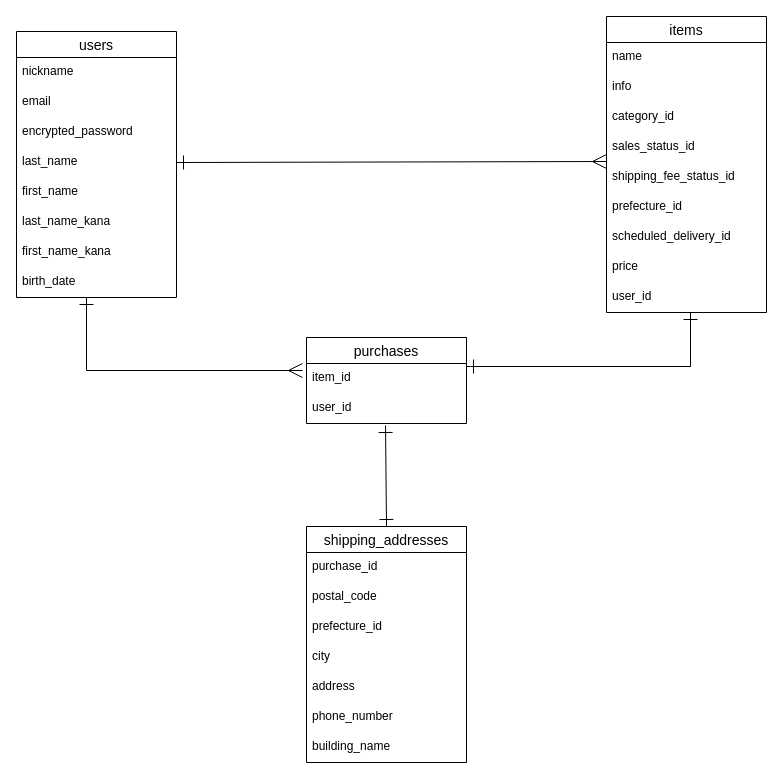
This is db_blueprint.dio from Yo-Kaminagi0913/furima-41676, a draw.io file, before an edit. Source tidied: cells renumbered, new cells numbered last; positions are measured from the earlier drawing's top-left corner, leaving out a move shared by most shapes. Both pictures are drawn from the tidied source at 100%, with x=0, y=0 at pixel (16, 16).
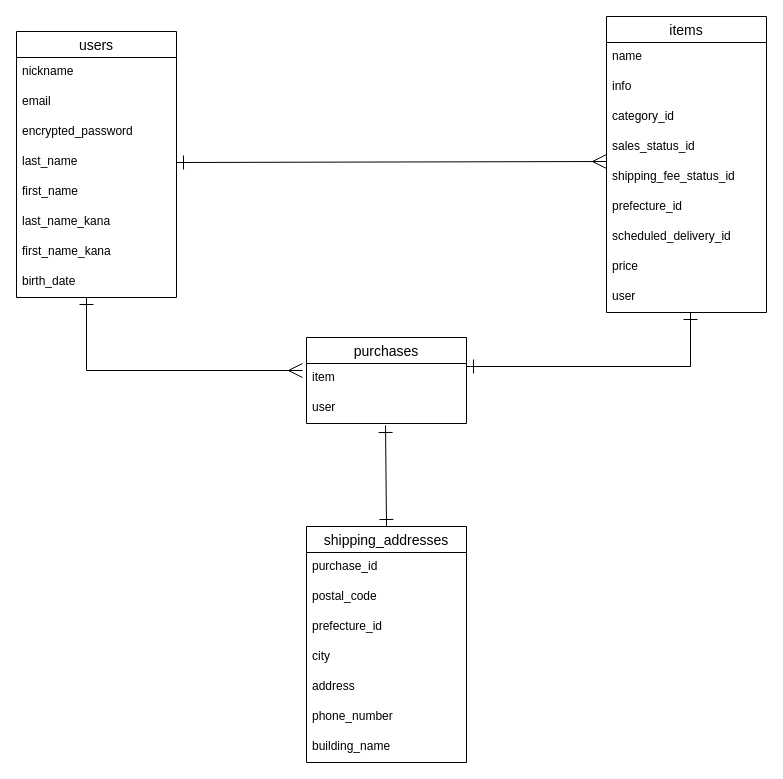
After the change.

Commit message (it also covers changes not shown here):
DB設計の修正

Unchanged cells that the change refers to:
```xml
<mxCell id="11" value="items" style="swimlane;fontStyle=0;horizontal=1;startSize=26;align=center;fontSize=14;" parent="1" vertex="1">
  <mxGeometry x="590" width="160" height="296" as="geometry" />
</mxCell>
<mxCell id="21" value="purchases" style="swimlane;fontStyle=0;horizontal=1;startSize=26;align=center;fontSize=14;" parent="1" vertex="1">
  <mxGeometry x="290" y="321" width="160" height="86" as="geometry" />
</mxCell>
```

Change to the diagram source:
```diff
@@
-    <mxCell id="20" value="user_id" style="text;strokeColor=none;fillColor=none;spacingLeft=4;spacingRight=4;overflow=hidden;fontSize=12;" parent="11" vertex="1">
+    <mxCell id="20" value="user" style="text;strokeColor=none;fillColor=none;spacingLeft=4;spacingRight=4;overflow=hidden;fontSize=12;" parent="11" vertex="1">
       <mxGeometry y="266" width="160" height="30" as="geometry" />
     </mxCell>
@@
-    <mxCell id="22" value="item_id" style="text;strokeColor=none;fillColor=none;spacingLeft=4;spacingRight=4;overflow=hidden;points=[[0,0.5],[1,0.5]];portConstraint=eastwest;fontSize=12;" parent="21" vertex="1">
+    <mxCell id="22" value="item" style="text;strokeColor=none;fillColor=none;spacingLeft=4;spacingRight=4;overflow=hidden;points=[[0,0.5],[1,0.5]];portConstraint=eastwest;fontSize=12;" parent="21" vertex="1">
       <mxGeometry y="26" width="160" height="30" as="geometry" />
     </mxCell>
-    <mxCell id="23" value="user_id" style="text;strokeColor=none;fillColor=none;spacingLeft=4;spacingRight=4;overflow=hidden;points=[[0,0.5],[1,0.5]];portConstraint=eastwest;fontSize=12;" parent="21" vertex="1">
+    <mxCell id="23" value="user" style="text;strokeColor=none;fillColor=none;spacingLeft=4;spacingRight=4;overflow=hidden;points=[[0,0.5],[1,0.5]];portConstraint=eastwest;fontSize=12;" parent="21" vertex="1">
       <mxGeometry y="56" width="160" height="30" as="geometry" />
     </mxCell>
```
